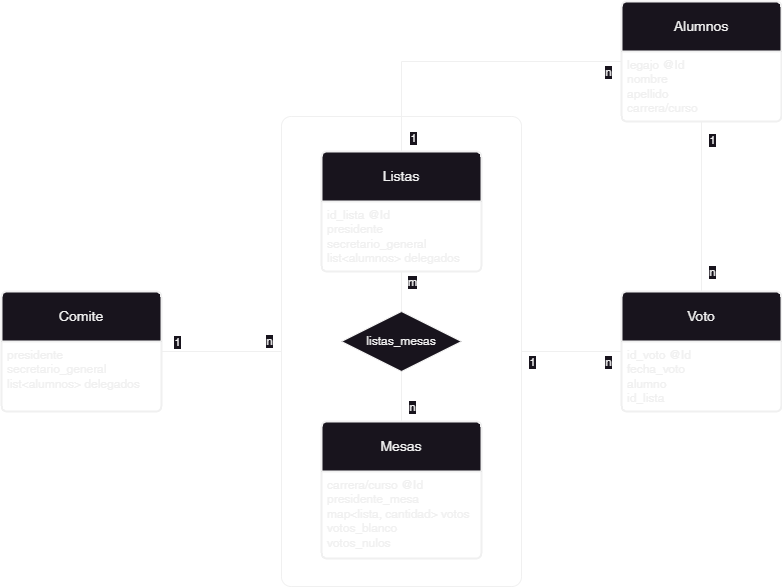
The draw.io diagram der.png in utnfrrodsw/tp, before a commit. Source tidied: cells renumbered, new cells last; positions are measured from the earlier drawing's top-left corner, leaving out a move shared by most shapes. Its diagram source:
```xml
<mxGraphModel>
  <root>
    <mxCell id="0" />
    <mxCell id="1" parent="0" />
    <mxCell id="2" style="rounded=1;whiteSpace=wrap;html=1;fontFamily=Helvetica;fontSize=11;fontColor=default;fillColor=none;arcSize=4;" parent="1" vertex="1">
      <mxGeometry x="280" y="115" width="240" height="470" as="geometry" />
    </mxCell>
    <mxCell id="3" style="edgeStyle=orthogonalEdgeStyle;shape=connector;rounded=0;jettySize=auto;html=1;exitX=0.5;exitY=0;exitDx=0;exitDy=0;entryX=0;entryY=0.5;entryDx=0;entryDy=0;labelBackgroundColor=default;strokeColor=default;fontFamily=Helvetica;fontSize=11;fontColor=default;endArrow=none;endFill=0;" parent="1" edge="1" source="6" target="8">
      <mxGeometry relative="1" as="geometry" />
    </mxCell>
    <mxCell id="4" value="n" style="edgeLabel;html=1;align=center;verticalAlign=middle;fontSize=11;fontFamily=Helvetica;fontColor=default;" parent="3" vertex="1">
      <mxGeometry x="0.78" relative="1" as="geometry">
        <mxPoint x="20" y="10" as="offset" />
      </mxGeometry>
    </mxCell>
    <mxCell id="5" value="1" style="edgeLabel;html=1;align=center;verticalAlign=middle;fontSize=11;fontFamily=Helvetica;fontColor=default;" parent="3" vertex="1">
      <mxGeometry x="-0.43" y="-1" relative="1" as="geometry">
        <mxPoint x="10" y="74" as="offset" />
      </mxGeometry>
    </mxCell>
    <mxCell id="6" value="Listas" style="swimlane;horizontal=1;startSize=50;rounded=1;fontSize=14;fontStyle=0;strokeWidth=2;shadow=0;dashed=0;align=center;arcSize=4;whiteSpace=wrap;html=1;" parent="1" vertex="1">
      <mxGeometry x="320" y="150" width="160" height="120" as="geometry" />
    </mxCell>
    <mxCell id="7" value="id_lista @Id&lt;br&gt;presidente&lt;br&gt;secretario_general&lt;br&gt;list&amp;lt;alumnos&amp;gt; delegados" style="align=left;strokeColor=none;fillColor=none;spacingLeft=4;fontSize=12;verticalAlign=top;html=1;" parent="6" vertex="1">
      <mxGeometry y="50" width="160" height="70" as="geometry" />
    </mxCell>
    <mxCell id="8" value="Alumnos" style="swimlane;horizontal=1;startSize=50;rounded=1;fontSize=14;fontStyle=0;strokeWidth=2;shadow=0;dashed=0;align=center;arcSize=4;whiteSpace=wrap;html=1;" parent="1" vertex="1">
      <mxGeometry x="620" width="160" height="120" as="geometry" />
    </mxCell>
    <mxCell id="9" value="legajo @Id&lt;br&gt;nombre&lt;br&gt;apellido&lt;br&gt;carrera/curso" style="align=left;strokeColor=none;fillColor=none;spacingLeft=4;fontSize=12;verticalAlign=top;html=1;" parent="8" vertex="1">
      <mxGeometry y="50" width="160" height="70" as="geometry" />
    </mxCell>
    <mxCell id="10" value="Voto" style="swimlane;horizontal=1;startSize=50;rounded=1;fontSize=14;fontStyle=0;strokeWidth=2;shadow=0;dashed=0;align=center;arcSize=4;whiteSpace=wrap;html=1;" parent="1" vertex="1">
      <mxGeometry x="620" y="290" width="160" height="120" as="geometry" />
    </mxCell>
    <mxCell id="11" value="id_voto @Id&lt;br&gt;fecha_voto&lt;br&gt;alumno&lt;br&gt;id_lista" style="align=left;strokeColor=none;fillColor=none;spacingLeft=4;fontSize=12;verticalAlign=top;html=1;" parent="10" vertex="1">
      <mxGeometry y="50" width="160" height="70" as="geometry" />
    </mxCell>
    <mxCell id="12" value="Comite" style="swimlane;horizontal=1;startSize=50;rounded=1;fontSize=14;fontStyle=0;strokeWidth=2;shadow=0;dashed=0;align=center;arcSize=4;whiteSpace=wrap;html=1;" parent="1" vertex="1">
      <mxGeometry y="290" width="160" height="120" as="geometry" />
    </mxCell>
    <mxCell id="13" value="presidente&lt;br&gt;secretario_general&lt;br&gt;list&amp;lt;alumnos&amp;gt; delegados" style="align=left;strokeColor=none;fillColor=none;spacingLeft=4;fontSize=12;verticalAlign=top;html=1;" parent="12" vertex="1">
      <mxGeometry y="50" width="160" height="70" as="geometry" />
    </mxCell>
    <mxCell id="14" value="Mesas" style="swimlane;horizontal=1;startSize=50;rounded=1;fontSize=14;fontStyle=0;strokeWidth=2;shadow=0;dashed=0;align=center;arcSize=4;whiteSpace=wrap;html=1;" parent="1" vertex="1">
      <mxGeometry x="320" y="420" width="160" height="137" as="geometry" />
    </mxCell>
    <mxCell id="15" value="carrera/curso @Id&lt;br&gt;presidente_mesa&lt;br&gt;map&amp;lt;lista, cantidad&amp;gt; votos&lt;br&gt;votos_blanco&lt;br&gt;votos_nulos" style="align=left;strokeColor=none;fillColor=none;spacingLeft=4;fontSize=12;verticalAlign=top;html=1;" parent="14" vertex="1">
      <mxGeometry y="50" width="160" height="87" as="geometry" />
    </mxCell>
    <mxCell id="16" style="edgeStyle=orthogonalEdgeStyle;rounded=0;jettySize=auto;html=1;exitX=0.5;exitY=0;exitDx=0;exitDy=0;entryX=0.5;entryY=1;entryDx=0;entryDy=0;endArrow=none;endFill=0;" parent="1" edge="1" source="20" target="7">
      <mxGeometry relative="1" as="geometry" />
    </mxCell>
    <mxCell id="17" value="m" style="edgeLabel;html=1;align=center;verticalAlign=middle;fontSize=11;fontFamily=Helvetica;fontColor=default;" parent="16" vertex="1">
      <mxGeometry x="0.33" relative="1" as="geometry">
        <mxPoint x="10" y="-3" as="offset" />
      </mxGeometry>
    </mxCell>
    <mxCell id="18" style="edgeStyle=orthogonalEdgeStyle;rounded=0;jettySize=auto;html=1;exitX=0.5;exitY=1;exitDx=0;exitDy=0;entryX=0.5;entryY=0;entryDx=0;entryDy=0;endArrow=none;endFill=0;" parent="1" edge="1" source="20" target="14">
      <mxGeometry relative="1" as="geometry" />
    </mxCell>
    <mxCell id="19" value="n" style="edgeLabel;html=1;align=center;verticalAlign=middle;fontSize=11;fontFamily=Helvetica;fontColor=default;" parent="18" vertex="1">
      <mxGeometry x="0.25" relative="1" as="geometry">
        <mxPoint x="10" y="4" as="offset" />
      </mxGeometry>
    </mxCell>
    <mxCell id="20" value="listas_mesas" style="shape=rhombus;perimeter=rhombusPerimeter;whiteSpace=wrap;html=1;align=center;" parent="1" vertex="1">
      <mxGeometry x="340" y="310" width="120" height="60" as="geometry" />
    </mxCell>
    <mxCell id="21" style="edgeStyle=orthogonalEdgeStyle;shape=connector;rounded=0;jettySize=auto;html=1;exitX=1;exitY=0.5;exitDx=0;exitDy=0;entryX=0;entryY=0.5;entryDx=0;entryDy=0;labelBackgroundColor=default;strokeColor=default;fontFamily=Helvetica;fontSize=11;fontColor=default;endArrow=none;endFill=0;" parent="1" edge="1" source="2" target="10">
      <mxGeometry relative="1" as="geometry" />
    </mxCell>
    <mxCell id="22" value="n" style="edgeLabel;html=1;align=center;verticalAlign=middle;fontSize=11;fontFamily=Helvetica;fontColor=default;" parent="21" vertex="1">
      <mxGeometry x="0.15" y="-1" relative="1" as="geometry">
        <mxPoint x="28" y="9" as="offset" />
      </mxGeometry>
    </mxCell>
    <mxCell id="23" value="1" style="edgeLabel;html=1;align=center;verticalAlign=middle;fontSize=11;fontFamily=Helvetica;fontColor=default;" parent="21" vertex="1">
      <mxGeometry x="-0.83" y="-1" relative="1" as="geometry">
        <mxPoint x="1" y="9" as="offset" />
      </mxGeometry>
    </mxCell>
    <mxCell id="24" style="edgeStyle=orthogonalEdgeStyle;shape=connector;rounded=0;jettySize=auto;html=1;exitX=0.5;exitY=1;exitDx=0;exitDy=0;entryX=0.5;entryY=0;entryDx=0;entryDy=0;labelBackgroundColor=default;strokeColor=default;fontFamily=Helvetica;fontSize=11;fontColor=default;endArrow=none;endFill=0;" parent="1" edge="1" source="9" target="10">
      <mxGeometry relative="1" as="geometry" />
    </mxCell>
    <mxCell id="25" value="n" style="edgeLabel;html=1;align=center;verticalAlign=middle;fontSize=11;fontFamily=Helvetica;fontColor=default;" parent="24" vertex="1">
      <mxGeometry x="-0.13" y="1" relative="1" as="geometry">
        <mxPoint x="9" y="76" as="offset" />
      </mxGeometry>
    </mxCell>
    <mxCell id="26" value="1" style="edgeLabel;html=1;align=center;verticalAlign=middle;fontSize=11;fontFamily=Helvetica;fontColor=default;" parent="24" vertex="1">
      <mxGeometry x="-0.79" relative="1" as="geometry">
        <mxPoint x="10" as="offset" />
      </mxGeometry>
    </mxCell>
    <mxCell id="27" style="edgeStyle=orthogonalEdgeStyle;shape=connector;rounded=0;jettySize=auto;html=1;exitX=0;exitY=0.5;exitDx=0;exitDy=0;entryX=1;entryY=0.5;entryDx=0;entryDy=0;labelBackgroundColor=default;strokeColor=default;fontFamily=Helvetica;fontSize=11;fontColor=default;endArrow=none;endFill=0;" parent="1" edge="1" source="2" target="12">
      <mxGeometry relative="1" as="geometry" />
    </mxCell>
    <mxCell id="28" value="1" style="edgeLabel;html=1;align=center;verticalAlign=middle;fontSize=11;fontFamily=Helvetica;fontColor=default;" parent="27" vertex="1">
      <mxGeometry x="0.73" y="1" relative="1" as="geometry">
        <mxPoint x="-1" y="-11" as="offset" />
      </mxGeometry>
    </mxCell>
    <mxCell id="29" value="n" style="edgeLabel;html=1;align=center;verticalAlign=middle;fontSize=11;fontFamily=Helvetica;fontColor=default;" parent="27" vertex="1">
      <mxGeometry x="-0.75" y="-1" relative="1" as="geometry">
        <mxPoint x="2" y="-10" as="offset" />
      </mxGeometry>
    </mxCell>
  </root>
</mxGraphModel>
```
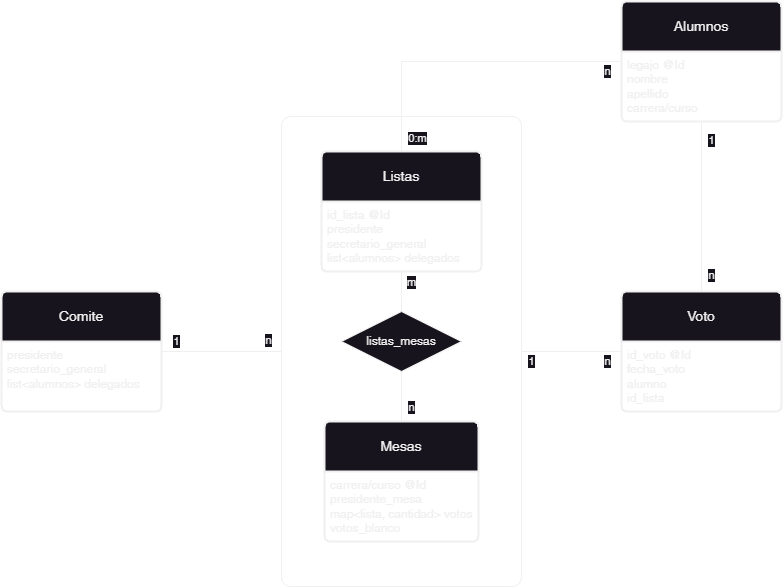
After the change.

The edit, as a diff of the source:
```diff
@@ -13,9 +13,9 @@
         <mxPoint x="20" y="10" as="offset" />
       </mxGeometry>
     </mxCell>
-    <mxCell id="5" value="1" style="edgeLabel;html=1;align=center;verticalAlign=middle;fontSize=11;fontFamily=Helvetica;fontColor=default;" parent="3" vertex="1">
+    <mxCell id="5" value="0:m" style="edgeLabel;html=1;align=center;verticalAlign=middle;fontSize=11;fontFamily=Helvetica;fontColor=default;" parent="3" vertex="1">
       <mxGeometry x="-0.43" y="-1" relative="1" as="geometry">
-        <mxPoint x="10" y="74" as="offset" />
+        <mxPoint x="15" y="74" as="offset" />
       </mxGeometry>
     </mxCell>
     <mxCell id="6" value="Listas" style="swimlane;horizontal=1;startSize=50;rounded=1;fontSize=14;fontStyle=0;strokeWidth=2;shadow=0;dashed=0;align=center;arcSize=4;whiteSpace=wrap;html=1;" parent="1" vertex="1">
@@ -43,10 +43,10 @@
       <mxGeometry y="50" width="160" height="70" as="geometry" />
     </mxCell>
     <mxCell id="14" value="Mesas" style="swimlane;horizontal=1;startSize=50;rounded=1;fontSize=14;fontStyle=0;strokeWidth=2;shadow=0;dashed=0;align=center;arcSize=4;whiteSpace=wrap;html=1;" parent="1" vertex="1">
-      <mxGeometry x="320" y="420" width="160" height="137" as="geometry" />
+      <mxGeometry x="323" y="420" width="154" height="120" as="geometry" />
     </mxCell>
-    <mxCell id="15" value="carrera/curso @Id&lt;br&gt;presidente_mesa&lt;br&gt;map&amp;lt;lista, cantidad&amp;gt; votos&lt;br&gt;votos_blanco&lt;br&gt;votos_nulos" style="align=left;strokeColor=none;fillColor=none;spacingLeft=4;fontSize=12;verticalAlign=top;html=1;" parent="14" vertex="1">
-      <mxGeometry y="50" width="160" height="87" as="geometry" />
+    <mxCell id="15" value="carrera/curso @Id&lt;br&gt;presidente_mesa&lt;br&gt;map&amp;lt;lista, cantidad&amp;gt; votos&lt;br&gt;votos_blanco" style="align=left;strokeColor=none;fillColor=none;spacingLeft=4;fontSize=12;verticalAlign=top;html=1;" parent="14" vertex="1">
+      <mxGeometry y="50" width="154" height="70" as="geometry" />
     </mxCell>
     <mxCell id="16" style="edgeStyle=orthogonalEdgeStyle;rounded=0;jettySize=auto;html=1;exitX=0.5;exitY=0;exitDx=0;exitDy=0;entryX=0.5;entryY=1;entryDx=0;entryDy=0;endArrow=none;endFill=0;" parent="1" edge="1" source="20" target="7">
       <mxGeometry relative="1" as="geometry" />
@@ -85,7 +85,7 @@
     </mxCell>
     <mxCell id="25" value="n" style="edgeLabel;html=1;align=center;verticalAlign=middle;fontSize=11;fontFamily=Helvetica;fontColor=default;" parent="24" vertex="1">
       <mxGeometry x="-0.13" y="1" relative="1" as="geometry">
-        <mxPoint x="9" y="76" as="offset" />
+        <mxPoint x="9" y="80" as="offset" />
       </mxGeometry>
     </mxCell>
     <mxCell id="26" value="1" style="edgeLabel;html=1;align=center;verticalAlign=middle;fontSize=11;fontFamily=Helvetica;fontColor=default;" parent="24" vertex="1">
```
